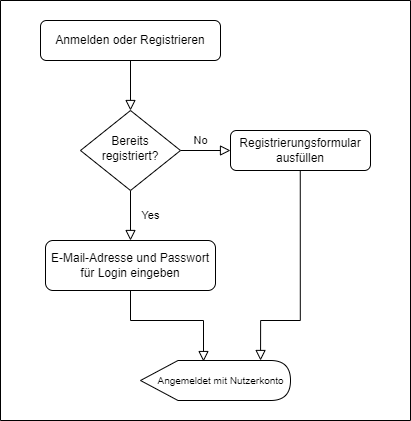
hatta137/sunshineparks keeps this draw.io diagram as SuPa/assets/documentation/FlowCharts/Login_Registration.drawio.png. Above is the earlier version. Source tidied: cells renumbered, new cells last; positions are measured from the earlier drawing's top-left corner, leaving out a move shared by most shapes.
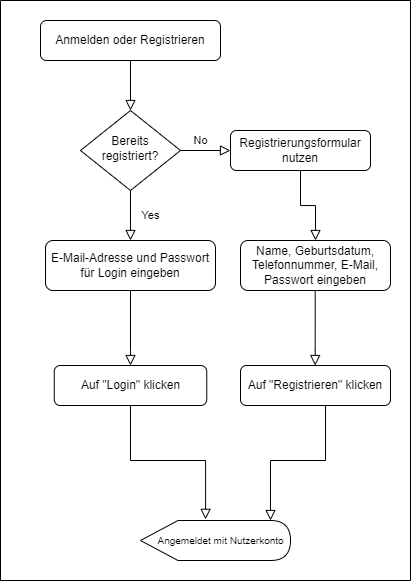
The same diagram one commit later.

The edit, as a diff of the source:
```diff
@@ -17,38 +17,65 @@
     <mxCell id="6" value="Bereits registriert?" style="rhombus;whiteSpace=wrap;html=1;shadow=0;fontFamily=Helvetica;fontSize=12;align=center;strokeWidth=1;spacing=6;spacingTop=-4;" parent="1" vertex="1">
       <mxGeometry x="80" y="110" width="100" height="80" as="geometry" />
     </mxCell>
-    <mxCell id="7" value="Registrierungsformular&lt;br&gt;ausfüllen" style="rounded=1;whiteSpace=wrap;html=1;fontSize=12;glass=0;strokeWidth=1;shadow=0;" parent="1" vertex="1">
+    <mxCell id="7" value="Registrierungsformular&lt;br&gt;nutzen" style="rounded=1;whiteSpace=wrap;html=1;fontSize=12;glass=0;strokeWidth=1;shadow=0;" parent="1" vertex="1">
       <mxGeometry x="230" y="130" width="140" height="40" as="geometry" />
     </mxCell>
-    <mxCell id="8" style="edgeStyle=orthogonalEdgeStyle;rounded=0;jettySize=auto;html=1;entryX=0.42;entryY=0.026;entryDx=0;entryDy=0;entryPerimeter=0;fontSize=10;endArrow=block;endFill=0;endSize=8;" parent="1" edge="1" source="9" target="12">
+    <mxCell id="8" style="edgeStyle=orthogonalEdgeStyle;rounded=0;jettySize=auto;html=1;entryX=0.5;entryY=0;entryDx=0;entryDy=0;fontSize=10;endArrow=block;endFill=0;endSize=8;" parent="1" edge="1" source="9" target="15">
       <mxGeometry relative="1" as="geometry">
         <Array as="points">
-          <mxPoint x="130" y="320" />
-          <mxPoint x="203" y="320" />
+          <mxPoint x="130" y="350" />
         </Array>
       </mxGeometry>
     </mxCell>
     <mxCell id="9" value="E-Mail-Adresse und Passwort für Login eingeben" style="rounded=1;whiteSpace=wrap;html=1;fontSize=12;glass=0;strokeWidth=1;shadow=0;" parent="1" vertex="1">
       <mxGeometry x="45" y="240" width="170" height="50" as="geometry" />
     </mxCell>
-    <mxCell id="10" style="rounded=0;html=1;jettySize=auto;orthogonalLoop=1;fontSize=11;endArrow=block;endFill=0;endSize=8;strokeWidth=1;shadow=0;labelBackgroundColor=none;edgeStyle=orthogonalEdgeStyle;entryX=0.593;entryY=0;entryDx=0;entryDy=0;entryPerimeter=0;" parent="1" edge="1">
-      <mxGeometry y="20" relative="1" as="geometry">
-        <mxPoint x="299.8" y="170" as="sourcePoint" />
-        <mxPoint x="260.1" y="360" as="targetPoint" />
-        <Array as="points">
-          <mxPoint x="300" y="320" />
-          <mxPoint x="260" y="320" />
-        </Array>
-      </mxGeometry>
-    </mxCell>
     <mxCell id="11" value="No" style="text;html=1;align=center;verticalAlign=middle;strokeColor=none;fillColor=none;fontSize=11;" parent="1" vertex="1">
       <mxGeometry x="185" y="130" width="30" height="20" as="geometry" />
     </mxCell>
+    <mxCell id="13" style="swimlane;startSize=0;fontSize=10;" parent="1" vertex="1">
+      <mxGeometry width="410" height="580" as="geometry" />
+    </mxCell>
+    <mxCell id="14" value="Name, Geburtsdatum, Telefonnummer, E-Mail, Passwort eingeben" style="rounded=1;whiteSpace=wrap;html=1;fontSize=12;glass=0;strokeWidth=1;shadow=0;" parent="13" vertex="1">
+      <mxGeometry x="240" y="240" width="150" height="50" as="geometry" />
+    </mxCell>
-    <mxCell id="12" value="&amp;nbsp; &amp;nbsp; Angemeldet mit Nutzerkonto" style="shape=display;whiteSpace=wrap;html=1;fontSize=10;" parent="1" vertex="1">
-      <mxGeometry x="140" y="360" width="150" height="40" as="geometry" />
+    <mxCell id="12" value="&amp;nbsp; &amp;nbsp; Angemeldet mit Nutzerkonto" style="shape=display;whiteSpace=wrap;html=1;fontSize=10;" parent="13" vertex="1">
+      <mxGeometry x="140" y="520" width="150" height="40" as="geometry" />
     </mxCell>
-    <mxCell id="13" style="swimlane;startSize=0;fontSize=10;" parent="1" vertex="1">
-      <mxGeometry width="410" height="420" as="geometry" />
-    </mxCell>
+    <mxCell id="15" value="Auf &quot;Login&quot; klicken" style="rounded=1;whiteSpace=wrap;html=1;fontSize=12;glass=0;strokeWidth=1;shadow=0;" parent="13" vertex="1">
+      <mxGeometry x="53.8" y="365" width="152.5" height="40" as="geometry" />
+    </mxCell>
+    <mxCell id="16" value="Auf &quot;Registrieren&quot; klicken" style="rounded=1;whiteSpace=wrap;html=1;fontSize=12;glass=0;strokeWidth=1;shadow=0;" parent="13" vertex="1">
+      <mxGeometry x="240" y="365" width="150" height="40" as="geometry" />
+    </mxCell>
+    <mxCell id="17" style="edgeStyle=orthogonalEdgeStyle;rounded=0;orthogonalLoop=1;jettySize=auto;html=1;entryX=0.5;entryY=0;entryDx=0;entryDy=0;fontSize=10;endArrow=block;endFill=0;endSize=8;" parent="13" edge="1">
+      <mxGeometry relative="1" as="geometry">
+        <mxPoint x="314.7" y="290" as="sourcePoint" />
+        <mxPoint x="314.7" y="365" as="targetPoint" />
+        <Array as="points">
+          <mxPoint x="314.7" y="350" />
+        </Array>
+      </mxGeometry>
+    </mxCell>
+    <mxCell id="18" style="edgeStyle=orthogonalEdgeStyle;rounded=0;jettySize=auto;html=1;entryX=0;entryY=0;entryDx=130;entryDy=0;fontSize=10;endArrow=block;endFill=0;endSize=8;entryPerimeter=0;exitX=0.5;exitY=1;exitDx=0;exitDy=0;" parent="13" edge="1" source="16" target="12">
+      <mxGeometry relative="1" as="geometry">
+        <Array as="points">
+          <mxPoint x="325" y="405" />
+          <mxPoint x="325" y="460" />
+          <mxPoint x="270" y="460" />
+        </Array>
+      </mxGeometry>
+    </mxCell>
+    <mxCell id="19" style="edgeStyle=orthogonalEdgeStyle;rounded=0;jettySize=auto;html=1;entryX=0.434;entryY=-0.029;entryDx=0;entryDy=0;fontSize=10;endArrow=block;endFill=0;endSize=8;entryPerimeter=0;exitX=0.5;exitY=1;exitDx=0;exitDy=0;" parent="13" edge="1" source="15" target="12">
+      <mxGeometry relative="1" as="geometry">
+        <Array as="points">
+          <mxPoint x="130" y="460" />
+          <mxPoint x="205" y="460" />
+        </Array>
+      </mxGeometry>
+    </mxCell>
+    <mxCell id="20" style="rounded=0;html=1;jettySize=auto;fontSize=11;endArrow=block;endFill=0;endSize=8;strokeWidth=1;shadow=0;labelBackgroundColor=none;edgeStyle=orthogonalEdgeStyle;exitX=0.5;exitY=1;exitDx=0;exitDy=0;entryX=0.5;entryY=0;entryDx=0;entryDy=0;" parent="1" edge="1" source="7" target="14">
+      <mxGeometry relative="1" as="geometry" />
+    </mxCell>
   </root>
 </mxGraphModel>
```
